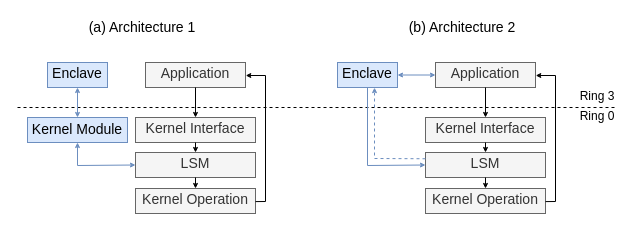
This is figures/drawio/SGX-EnclaveIntegration-DesignA.drawio from bellthomas/part3-dissertation, a draw.io file, before an edit. Source tidied: cells renumbered, new cells numbered last; positions are measured from the earlier drawing's top-left corner, leaving out a move shared by most shapes. Both pictures are drawn from the tidied source at 100%, with x=0, y=0 at pixel (17, 17).
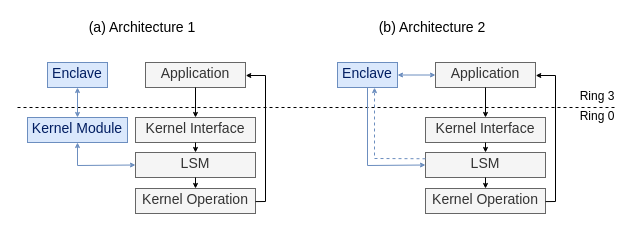
Above is the later version.

Diff of the diagram source:
```diff
@@
-    <mxCell id="7" value="Enclave" style="rounded=0;whiteSpace=wrap;html=1;fillColor=#dae8fc;strokeColor=#6c8ebf;fontFamily=Linux Libertine O;spacingBottom=3;fontSize=14;" parent="1" vertex="1">
+    <mxCell id="7" value="Enclave" style="rounded=0;whiteSpace=wrap;html=1;fillColor=#dae8fc;strokeColor=#6c8ebf;fontFamily=Linux Libertine O;spacingBottom=4;fontSize=14;fontColor=#001D61;" parent="1" vertex="1">
       <mxGeometry x="30" y="45" width="60" height="25" as="geometry" />
     </mxCell>
@@
-    <mxCell id="13" value="Kernel Module" style="rounded=0;whiteSpace=wrap;html=1;fontSize=14;fontFamily=Linux Libertine O;spacingBottom=2;fillColor=#dae8fc;strokeColor=#6c8ebf;" parent="1" vertex="1">
+    <mxCell id="13" value="Kernel Module" style="rounded=0;whiteSpace=wrap;html=1;fontSize=14;fontFamily=Linux Libertine O;spacingBottom=4;fillColor=#dae8fc;strokeColor=#6c8ebf;fontColor=#001D61;" parent="1" vertex="1">
       <mxGeometry x="10" y="100" width="100" height="25" as="geometry" />
     </mxCell>
@@
-    <mxCell id="21" value="Enclave" style="rounded=0;whiteSpace=wrap;html=1;fillColor=#dae8fc;strokeColor=#6c8ebf;fontFamily=Linux Libertine O;spacingBottom=3;fontSize=14;" parent="1" vertex="1">
+    <mxCell id="21" value="Enclave" style="rounded=0;whiteSpace=wrap;html=1;fillColor=#dae8fc;strokeColor=#6c8ebf;fontFamily=Linux Libertine O;spacingBottom=3;fontSize=14;fontColor=#001D61;" parent="1" vertex="1">
       <mxGeometry x="320" y="45" width="60" height="25" as="geometry" />
     </mxCell>
@@
     <mxCell id="30" value="(b) Architecture 2" style="text;html=1;strokeColor=none;fillColor=none;align=center;verticalAlign=middle;whiteSpace=wrap;rounded=0;fontFamily=Linux Libertine O;fontSize=14;" parent="1" vertex="1">
-      <mxGeometry x="320" width="250" height="20" as="geometry" />
+      <mxGeometry x="290" width="250" height="20" as="geometry" />
     </mxCell>
```
